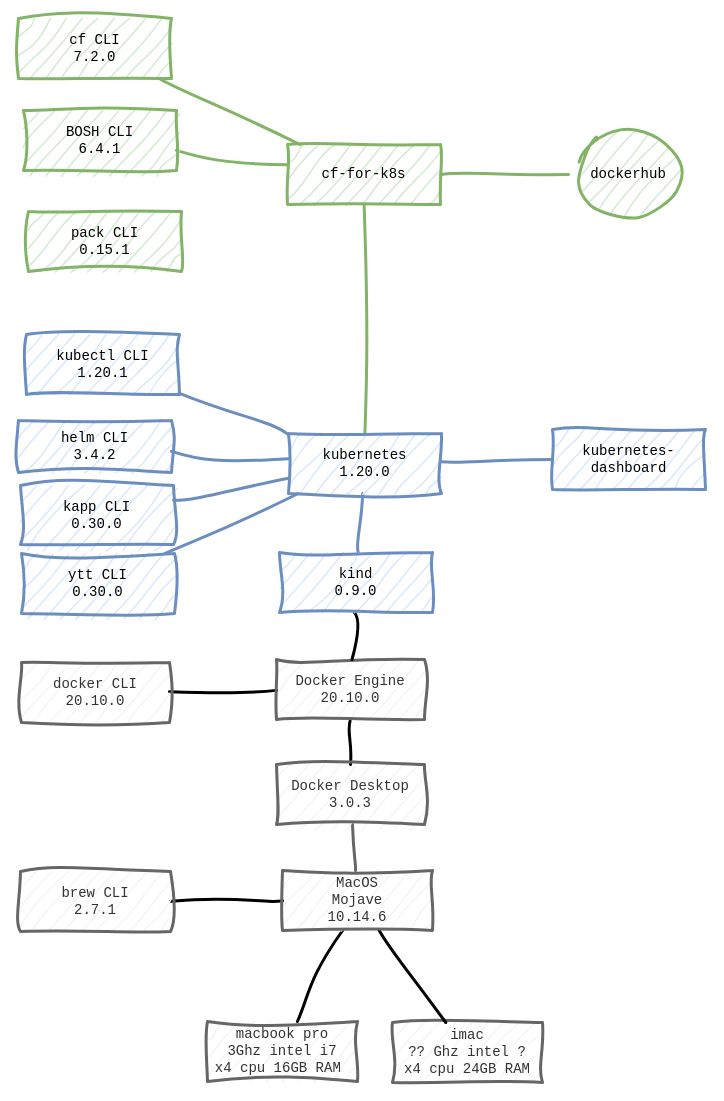
pauldougan/cf4k8s-local keeps this draw.io diagram as page "STACK" (1 of 2) of docs/diagrams.drawio. Above is the earlier version. Source tidied: cells renumbered, new cells numbered last; positions are measured from the earlier drawing's top-left corner, leaving out a move shared by most shapes. Both pictures are drawn from the tidied source at 100%, with x=0, y=0 at pixel (18, 18).
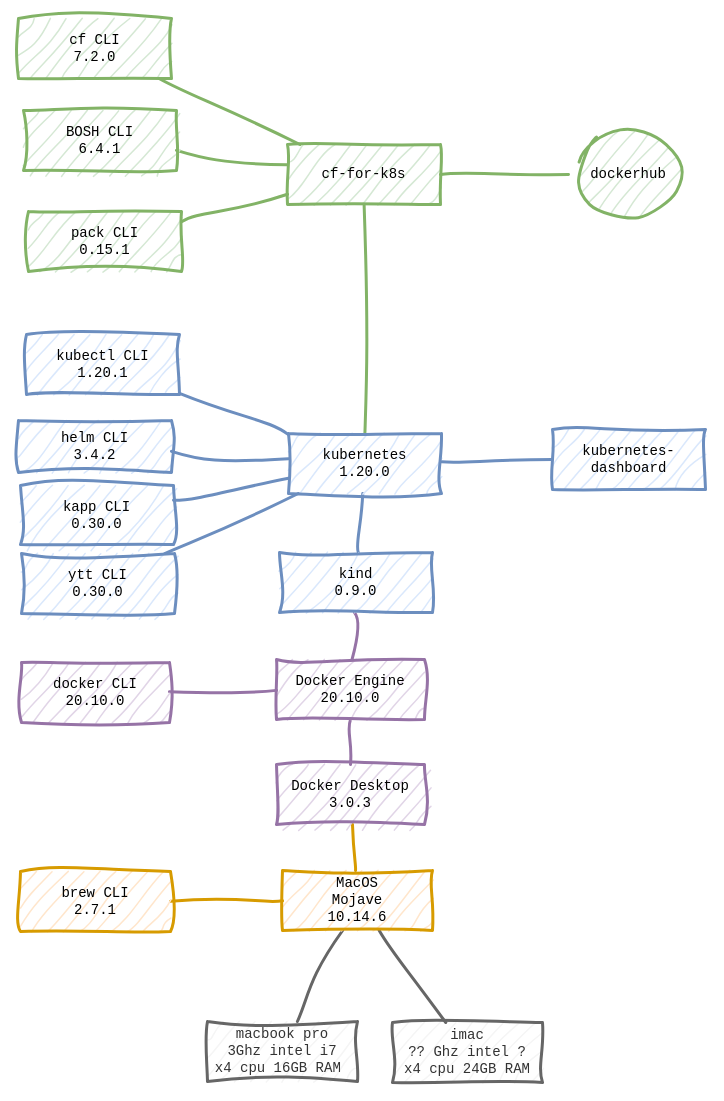
Above is the later version.

Commit message (it also covers changes not shown here):
colour code diagram

Unchanged cells that the change refers to:
```xml
<mxCell id="3" value="macbook pro&lt;br&gt;3Ghz intel i7&lt;br&gt;x4 cpu 16GB RAM&amp;nbsp;" style="rounded=0;whiteSpace=wrap;html=1;sketch=1;jiggle=3;disableMultiStroke=1;disableMultiStrokeFill=1;fontFamily=Courier;strokeWidth=3;fontSize=14;fillColor=#f5f5f5;strokeColor=#666666;fontColor=#333333;" parent="1" vertex="1">
  <mxGeometry x="189" y="1003" width="150" height="60" as="geometry" />
</mxCell>
<mxCell id="4" value="imac&lt;br&gt;?? Ghz intel ?&lt;br&gt;x4 cpu 24GB RAM" style="rounded=0;whiteSpace=wrap;html=1;sketch=1;jiggle=3;disableMultiStroke=1;disableMultiStrokeFill=1;fontFamily=Courier;strokeWidth=3;fontSize=14;fillColor=#f5f5f5;strokeColor=#666666;fontColor=#333333;" parent="1" vertex="1">
  <mxGeometry x="374" y="1004" width="150" height="60" as="geometry" />
</mxCell>
<mxCell id="21" value="kind&lt;br&gt;0.9.0" style="rounded=0;whiteSpace=wrap;html=1;sketch=1;jiggle=3;disableMultiStroke=1;disableMultiStrokeFill=1;fontFamily=Courier;strokeWidth=3;fontSize=14;fillColor=#dae8fc;strokeColor=#6c8ebf;" parent="17" vertex="1">
  <mxGeometry x="261" y="534" width="153" height="60" as="geometry" />
</mxCell>
<mxCell id="38" value="cf-for-k8s" style="rounded=0;whiteSpace=wrap;html=1;sketch=1;jiggle=3;disableMultiStroke=1;disableMultiStrokeFill=1;fontFamily=Courier;strokeWidth=3;fontSize=14;fillColor=#d5e8d4;strokeColor=#82b366;" parent="35" vertex="1">
  <mxGeometry x="269" y="126" width="153" height="60" as="geometry" />
</mxCell>
<mxCell id="41" value="pack CLI&lt;br&gt;0.15.1" style="rounded=0;whiteSpace=wrap;html=1;sketch=1;jiggle=3;disableMultiStroke=1;disableMultiStrokeFill=1;fontFamily=Courier;strokeWidth=3;fontSize=14;fillColor=#d5e8d4;strokeColor=#82b366;" parent="35" vertex="1">
  <mxGeometry x="10" y="193" width="153" height="60" as="geometry" />
</mxCell>
```

Diff of the diagram source:
```diff
@@
-    <mxCell id="2" style="edgeStyle=none;rounded=0;sketch=1;jiggle=3;disableMultiStroke=1;disableMultiStrokeFill=1;jettySize=auto;html=1;endArrow=none;endFill=0;strokeWidth=3;fontFamily=Courier;fontSize=14;" parent="1" edge="1" source="3" target="8">
+    <mxCell id="2" style="edgeStyle=none;rounded=0;sketch=1;jiggle=3;disableMultiStroke=1;disableMultiStrokeFill=1;jettySize=auto;html=1;endArrow=none;endFill=0;strokeWidth=3;fontFamily=Courier;fontSize=14;fillColor=#f5f5f5;strokeColor=#666666;" parent="1" edge="1" source="3" target="8">
       <mxGeometry relative="1" as="geometry" />
     </mxCell>
@@
-    <mxCell id="6" style="edgeStyle=none;rounded=0;sketch=1;jiggle=3;disableMultiStroke=1;disableMultiStrokeFill=1;jettySize=auto;html=1;endArrow=none;endFill=0;strokeWidth=3;fontFamily=Courier;fontSize=14;" parent="5" edge="1" source="8" target="9">
+    <mxCell id="6" style="edgeStyle=none;rounded=0;sketch=1;jiggle=3;disableMultiStroke=1;disableMultiStrokeFill=1;jettySize=auto;html=1;endArrow=none;endFill=0;strokeWidth=3;fontFamily=Courier;fontSize=14;fillColor=#ffe6cc;strokeColor=#d79b00;" parent="5" edge="1" source="8" target="9">
       <mxGeometry relative="1" as="geometry" />
     </mxCell>
-    <mxCell id="7" style="edgeStyle=none;rounded=0;sketch=1;jiggle=3;disableMultiStroke=1;disableMultiStrokeFill=1;jettySize=auto;html=1;endArrow=none;endFill=0;strokeWidth=3;fontFamily=Courier;fontSize=14;" parent="5" edge="1" source="8" target="4">
+    <mxCell id="7" style="edgeStyle=none;rounded=0;sketch=1;jiggle=3;disableMultiStroke=1;disableMultiStrokeFill=1;jettySize=auto;html=1;endArrow=none;endFill=0;strokeWidth=3;fontFamily=Courier;fontSize=14;fillColor=#f5f5f5;strokeColor=#666666;" parent="5" edge="1" source="8" target="4">
       <mxGeometry relative="1" as="geometry" />
     </mxCell>
-    <mxCell id="8" value="MacOS&lt;br&gt;Mojave&lt;br&gt;10.14.6" style="rounded=0;whiteSpace=wrap;html=1;sketch=1;jiggle=3;disableMultiStroke=1;disableMultiStrokeFill=1;fontFamily=Courier;strokeWidth=3;fontSize=14;fillColor=#f5f5f5;strokeColor=#666666;fontColor=#333333;" parent="5" vertex="1">
+    <mxCell id="8" value="MacOS&lt;br&gt;Mojave&lt;br&gt;10.14.6" style="rounded=0;whiteSpace=wrap;html=1;sketch=1;jiggle=3;disableMultiStroke=1;disableMultiStrokeFill=1;fontFamily=Courier;strokeWidth=3;fontSize=14;fillColor=#ffe6cc;strokeColor=#d79b00;" parent="5" vertex="1">
       <mxGeometry x="264" y="852" width="150" height="60" as="geometry" />
     </mxCell>
-    <mxCell id="9" value="brew CLI&lt;br&gt;2.7.1" style="rounded=0;whiteSpace=wrap;html=1;sketch=1;jiggle=3;disableMultiStroke=1;disableMultiStrokeFill=1;fontFamily=Courier;strokeWidth=3;fontSize=14;fillColor=#f5f5f5;strokeColor=#666666;fontColor=#333333;" parent="5" vertex="1">
+    <mxCell id="9" value="brew CLI&lt;br&gt;2.7.1" style="rounded=0;whiteSpace=wrap;html=1;sketch=1;jiggle=3;disableMultiStroke=1;disableMultiStrokeFill=1;fontFamily=Courier;strokeWidth=3;fontSize=14;fillColor=#ffe6cc;strokeColor=#d79b00;" parent="5" vertex="1">
       <mxGeometry x="2" y="853" width="150" height="60" as="geometry" />
     </mxCell>
@@
-    <mxCell id="11" style="rounded=0;jettySize=auto;html=1;fontFamily=Courier;fontSize=14;endArrow=none;endFill=0;sketch=1;disableMultiStroke=1;disableMultiStrokeFill=1;jiggle=3;strokeWidth=3;fillColor=#f5f5f5;strokeColor=#666666;" parent="10" edge="1" source="8" target="14">
+    <mxCell id="11" style="rounded=0;jettySize=auto;html=1;fontFamily=Courier;fontSize=14;endArrow=none;endFill=0;sketch=1;disableMultiStroke=1;disableMultiStrokeFill=1;jiggle=3;strokeWidth=3;fillColor=#ffe6cc;strokeColor=#d79b00;" parent="10" edge="1" source="8" target="14">
       <mxGeometry relative="1" as="geometry" />
     </mxCell>
-    <mxCell id="12" style="edgeStyle=none;rounded=0;sketch=1;jiggle=3;disableMultiStroke=1;disableMultiStrokeFill=1;jettySize=auto;html=1;endArrow=none;endFill=0;strokeWidth=3;fontFamily=Courier;fontSize=14;" parent="10" edge="1" source="15" target="14">
+    <mxCell id="12" style="edgeStyle=none;rounded=0;sketch=1;jiggle=3;disableMultiStroke=1;disableMultiStrokeFill=1;jettySize=auto;html=1;endArrow=none;endFill=0;strokeWidth=3;fontFamily=Courier;fontSize=14;fillColor=#e1d5e7;strokeColor=#9673a6;" parent="10" edge="1" source="15" target="14">
       <mxGeometry relative="1" as="geometry" />
     </mxCell>
-    <mxCell id="13" style="edgeStyle=none;rounded=0;sketch=1;jiggle=3;disableMultiStroke=1;disableMultiStrokeFill=1;jettySize=auto;html=1;endArrow=none;endFill=0;strokeWidth=3;fontFamily=Courier;fontSize=14;" parent="10" edge="1" source="15" target="16">
+    <mxCell id="13" style="edgeStyle=none;rounded=0;sketch=1;jiggle=3;disableMultiStroke=1;disableMultiStrokeFill=1;jettySize=auto;html=1;endArrow=none;endFill=0;strokeWidth=3;fontFamily=Courier;fontSize=14;fillColor=#e1d5e7;strokeColor=#9673a6;" parent="10" edge="1" source="15" target="16">
       <mxGeometry relative="1" as="geometry" />
     </mxCell>
-    <mxCell id="14" value="Docker Desktop&lt;br&gt;3.0.3" style="rounded=0;whiteSpace=wrap;html=1;sketch=1;jiggle=3;disableMultiStroke=1;disableMultiStrokeFill=1;fontFamily=Courier;strokeWidth=3;fontSize=14;fillColor=#f5f5f5;strokeColor=#666666;fontColor=#333333;" parent="10" vertex="1">
+    <mxCell id="14" value="Docker Desktop&lt;br&gt;3.0.3" style="rounded=0;whiteSpace=wrap;html=1;sketch=1;jiggle=3;disableMultiStroke=1;disableMultiStrokeFill=1;fontFamily=Courier;strokeWidth=3;fontSize=14;fillColor=#e1d5e7;strokeColor=#9673a6;" parent="10" vertex="1">
       <mxGeometry x="258" y="746" width="148" height="60" as="geometry" />
     </mxCell>
-    <mxCell id="15" value="Docker Engine&lt;br&gt;20.10.0" style="rounded=0;whiteSpace=wrap;html=1;sketch=1;jiggle=3;disableMultiStroke=1;disableMultiStrokeFill=1;fontFamily=Courier;strokeWidth=3;fontSize=14;fillColor=#f5f5f5;strokeColor=#666666;fontColor=#333333;" parent="10" vertex="1">
+    <mxCell id="15" value="Docker Engine&lt;br&gt;20.10.0" style="rounded=0;whiteSpace=wrap;html=1;sketch=1;jiggle=3;disableMultiStroke=1;disableMultiStrokeFill=1;fontFamily=Courier;strokeWidth=3;fontSize=14;fillColor=#e1d5e7;strokeColor=#9673a6;" parent="10" vertex="1">
       <mxGeometry x="258" y="641" width="148" height="60" as="geometry" />
     </mxCell>
-    <mxCell id="16" value="docker CLI&lt;br&gt;20.10.0" style="rounded=0;whiteSpace=wrap;html=1;sketch=1;jiggle=3;disableMultiStroke=1;disableMultiStrokeFill=1;fontFamily=Courier;strokeWidth=3;fontSize=14;fillColor=#f5f5f5;strokeColor=#666666;fontColor=#333333;" parent="10" vertex="1">
+    <mxCell id="16" value="docker CLI&lt;br&gt;20.10.0" style="rounded=0;whiteSpace=wrap;html=1;sketch=1;jiggle=3;disableMultiStroke=1;disableMultiStrokeFill=1;fontFamily=Courier;strokeWidth=3;fontSize=14;fillColor=#e1d5e7;strokeColor=#9673a6;" parent="10" vertex="1">
       <mxGeometry x="3" y="644" width="148" height="60" as="geometry" />
     </mxCell>
@@
-    <mxCell id="20" style="edgeStyle=none;rounded=0;sketch=1;jiggle=3;disableMultiStroke=1;disableMultiStrokeFill=1;jettySize=auto;html=1;endArrow=none;endFill=0;strokeWidth=3;fontFamily=Courier;fontSize=14;" parent="17" edge="1" source="21" target="15">
+    <mxCell id="20" style="edgeStyle=none;rounded=0;sketch=1;jiggle=3;disableMultiStroke=1;disableMultiStrokeFill=1;jettySize=auto;html=1;endArrow=none;endFill=0;strokeWidth=3;fontFamily=Courier;fontSize=14;fillColor=#e1d5e7;strokeColor=#9673a6;" parent="17" edge="1" source="21" target="15">
       <mxGeometry relative="1" as="geometry" />
     </mxCell>
@@
+    <mxCell id="44" style="edgeStyle=none;rounded=0;sketch=1;jiggle=3;disableMultiStroke=1;disableMultiStrokeFill=1;jettySize=auto;html=1;endArrow=none;endFill=0;strokeWidth=3;fontFamily=Courier;fontSize=14;fillColor=#d5e8d4;strokeColor=#82b366;" parent="17" edge="1" source="41" target="38">
+      <mxGeometry relative="1" as="geometry" />
+    </mxCell>
```
